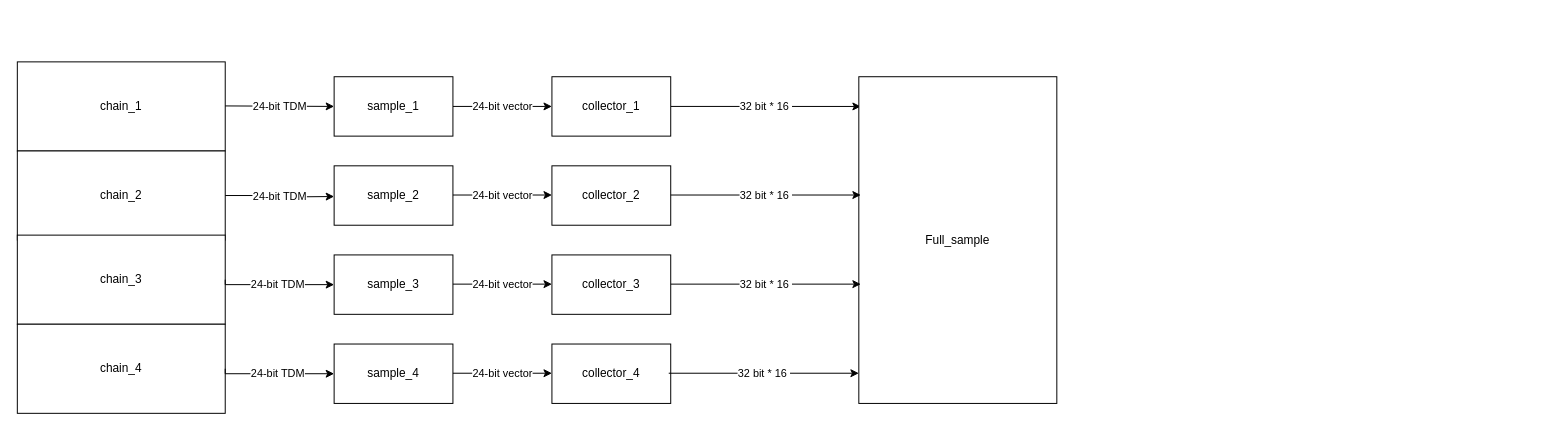
This is doc/diagrams/Namnlöst diagram.drawio from acoustic-warfare/FPGA-sampling, a draw.io file, before an edit. Source tidied: cells renumbered, new cells numbered last; positions are measured from the earlier drawing's top-left corner, leaving out a move shared by most shapes. Both pictures are drawn from the tidied source at 99%, with x=0, y=0 at pixel (17, 61).
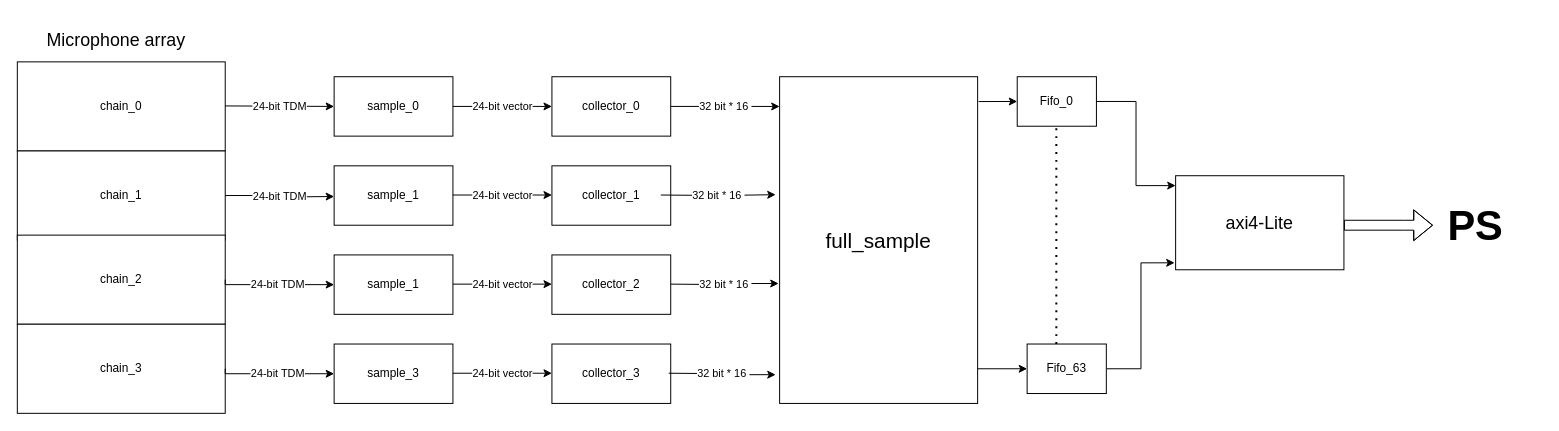
The same diagram, later.

What changed in the source:
```diff
@@
-    <mxCell id="3" value="sample_1" style="rounded=0;whiteSpace=wrap;html=1;" parent="1" vertex="1">
+    <mxCell id="3" value="sample_0" style="rounded=0;whiteSpace=wrap;html=1;" parent="1" vertex="1">
       <mxGeometry x="320" y="15" width="120" height="60" as="geometry" />
     </mxCell>
-    <mxCell id="4" value="sample_2" style="rounded=0;whiteSpace=wrap;html=1;" parent="1" vertex="1">
+    <mxCell id="4" value="sample_1" style="rounded=0;whiteSpace=wrap;html=1;" parent="1" vertex="1">
       <mxGeometry x="320" y="105" width="120" height="60" as="geometry" />
     </mxCell>
-    <mxCell id="5" value="sample_3" style="rounded=0;whiteSpace=wrap;html=1;" parent="1" vertex="1">
+    <mxCell id="5" value="sample_1" style="rounded=0;whiteSpace=wrap;html=1;" parent="1" vertex="1">
       <mxGeometry x="320" y="195" width="120" height="60" as="geometry" />
     </mxCell>
-    <mxCell id="6" value="sample_4" style="rounded=0;whiteSpace=wrap;html=1;" parent="1" vertex="1">
+    <mxCell id="6" value="sample_3" style="rounded=0;whiteSpace=wrap;html=1;" parent="1" vertex="1">
       <mxGeometry x="320" y="285" width="120" height="60" as="geometry" />
     </mxCell>
-    <mxCell id="7" value="32 bit * 16&amp;nbsp;" style="edgeStyle=orthogonalEdgeStyle;rounded=0;jettySize=auto;html=1;exitX=1;exitY=0.5;exitDx=0;exitDy=0;entryX=0.01;entryY=0.091;entryDx=0;entryDy=0;entryPerimeter=0;" parent="1" edge="1" source="8" target="15">
+    <mxCell id="7" value="32 bit * 16&amp;nbsp;" style="edgeStyle=orthogonalEdgeStyle;rounded=0;jettySize=auto;html=1;exitX=1;exitY=0.5;exitDx=0;exitDy=0;entryX=0;entryY=0.091;entryDx=0;entryDy=0;entryPerimeter=0;" parent="1" edge="1" source="8" target="15">
       <mxGeometry relative="1" as="geometry" />
     </mxCell>
-    <mxCell id="8" value="collector_1" style="rounded=0;whiteSpace=wrap;html=1;" parent="1" vertex="1">
+    <mxCell id="8" value="collector_0" style="rounded=0;whiteSpace=wrap;html=1;" parent="1" vertex="1">
       <mxGeometry x="540" y="15" width="120" height="60" as="geometry" />
     </mxCell>
-    <mxCell id="9" value="collector_2" style="rounded=0;whiteSpace=wrap;html=1;" parent="1" vertex="1">
+    <mxCell id="9" value="collector_1" style="rounded=0;whiteSpace=wrap;html=1;" parent="1" vertex="1">
       <mxGeometry x="540" y="105" width="120" height="60" as="geometry" />
     </mxCell>
-    <mxCell id="10" value="collector_3" style="rounded=0;whiteSpace=wrap;html=1;" parent="1" vertex="1">
+    <mxCell id="10" value="collector_2" style="rounded=0;whiteSpace=wrap;html=1;" parent="1" vertex="1">
       <mxGeometry x="540" y="195" width="120" height="60" as="geometry" />
     </mxCell>
-    <mxCell id="11" value="collector_4" style="rounded=0;whiteSpace=wrap;html=1;" parent="1" vertex="1">
+    <mxCell id="11" value="collector_3" style="rounded=0;whiteSpace=wrap;html=1;" parent="1" vertex="1">
       <mxGeometry x="540" y="285" width="120" height="60" as="geometry" />
     </mxCell>
@@
-    <mxCell id="15" value="Full_sample" style="rounded=0;whiteSpace=wrap;html=1;" parent="1" vertex="1">
-      <mxGeometry x="850" y="15" width="200" height="330" as="geometry" />
+    <mxCell id="15" value="&lt;font style=&quot;font-size: 21px;&quot;&gt;full_sample&lt;/font&gt;" style="rounded=0;whiteSpace=wrap;html=1;" parent="1" vertex="1">
+      <mxGeometry x="770" y="15" width="200" height="330" as="geometry" />
     </mxCell>
-    <mxCell id="16" value="32 bit * 16&amp;nbsp;" style="edgeStyle=orthogonalEdgeStyle;rounded=0;orthogonalLoop=1;jettySize=auto;html=1;exitX=1;exitY=0.5;exitDx=0;exitDy=0;entryX=0.01;entryY=0.091;entryDx=0;entryDy=0;entryPerimeter=0;" parent="1" edge="1">
+    <mxCell id="16" value="32 bit * 16&amp;nbsp;" style="edgeStyle=orthogonalEdgeStyle;rounded=0;jettySize=auto;html=1;exitX=1;exitY=0.5;exitDx=0;exitDy=0;entryX=-0.02;entryY=0.361;entryDx=0;entryDy=0;entryPerimeter=0;" parent="1" edge="1" target="15">
       <mxGeometry relative="1" as="geometry">
-        <mxPoint x="660" y="134.5" as="sourcePoint" />
-        <mxPoint x="852" y="134.5" as="targetPoint" />
+        <mxPoint x="650" y="134.5" as="sourcePoint" />
       </mxGeometry>
     </mxCell>
-    <mxCell id="17" value="32 bit * 16&amp;nbsp;" style="edgeStyle=orthogonalEdgeStyle;rounded=0;orthogonalLoop=1;jettySize=auto;html=1;exitX=1;exitY=0.5;exitDx=0;exitDy=0;entryX=0.01;entryY=0.091;entryDx=0;entryDy=0;entryPerimeter=0;" parent="1" edge="1">
+    <mxCell id="17" value="32 bit * 16&amp;nbsp;" style="edgeStyle=orthogonalEdgeStyle;rounded=0;jettySize=auto;html=1;exitX=1;exitY=0.5;exitDx=0;exitDy=0;entryX=-0.005;entryY=0.633;entryDx=0;entryDy=0;entryPerimeter=0;" parent="1" edge="1" target="15">
       <mxGeometry relative="1" as="geometry">
         <mxPoint x="660" y="224.5" as="sourcePoint" />
-        <mxPoint x="852" y="224.5" as="targetPoint" />
       </mxGeometry>
     </mxCell>
-    <mxCell id="18" value="32 bit * 16&amp;nbsp;" style="edgeStyle=orthogonalEdgeStyle;rounded=0;orthogonalLoop=1;jettySize=auto;html=1;exitX=1;exitY=0.5;exitDx=0;exitDy=0;entryX=0.01;entryY=0.091;entryDx=0;entryDy=0;entryPerimeter=0;" parent="1" edge="1">
+    <mxCell id="18" value="32 bit * 16&amp;nbsp;" style="edgeStyle=orthogonalEdgeStyle;rounded=0;jettySize=auto;html=1;exitX=1;exitY=0.5;exitDx=0;exitDy=0;entryX=-0.02;entryY=0.912;entryDx=0;entryDy=0;entryPerimeter=0;" parent="1" edge="1" target="15">
       <mxGeometry relative="1" as="geometry">
         <mxPoint x="658" y="314.5" as="sourcePoint" />
-        <mxPoint x="850" y="314.5" as="targetPoint" />
       </mxGeometry>
     </mxCell>
-    <mxCell id="19" value="chain_1" style="rounded=0;whiteSpace=wrap;html=1;" parent="1" vertex="1">
+    <mxCell id="19" value="chain_0" style="rounded=0;whiteSpace=wrap;html=1;" parent="1" vertex="1">
       <mxGeometry width="210" height="90" as="geometry" />
     </mxCell>
-    <mxCell id="20" value="chain_2" style="rounded=0;whiteSpace=wrap;html=1;" parent="1" vertex="1">
+    <mxCell id="20" value="chain_1" style="rounded=0;whiteSpace=wrap;html=1;" parent="1" vertex="1">
       <mxGeometry y="90" width="210" height="90" as="geometry" />
     </mxCell>
-    <mxCell id="21" value="chain_3" style="rounded=0;whiteSpace=wrap;html=1;" parent="1" vertex="1">
+    <mxCell id="21" value="chain_2" style="rounded=0;whiteSpace=wrap;html=1;" parent="1" vertex="1">
       <mxGeometry y="175" width="210" height="90" as="geometry" />
     </mxCell>
-    <mxCell id="22" value="chain_4" style="rounded=0;whiteSpace=wrap;html=1;" parent="1" vertex="1">
+    <mxCell id="22" value="chain_3" style="rounded=0;whiteSpace=wrap;html=1;" parent="1" vertex="1">
       <mxGeometry y="265" width="210" height="90" as="geometry" />
     </mxCell>
@@
+    <mxCell id="27" style="edgeStyle=orthogonalEdgeStyle;rounded=0;jettySize=auto;html=1;exitX=1;exitY=0.5;exitDx=0;exitDy=0;entryX=0;entryY=0.105;entryDx=0;entryDy=0;entryPerimeter=0;fontSize=18;" parent="1" edge="1" source="28" target="35">
+      <mxGeometry relative="1" as="geometry" />
+    </mxCell>
+    <mxCell id="28" value="Fifo_0" style="rounded=0;whiteSpace=wrap;html=1;" parent="1" vertex="1">
+      <mxGeometry x="1010" y="15" width="80" height="50" as="geometry" />
+    </mxCell>
+    <mxCell id="29" value="&lt;font style=&quot;font-size: 18px;&quot;&gt;Microphone array&lt;/font&gt;" style="text;html=1;strokeColor=none;fillColor=none;align=center;verticalAlign=middle;whiteSpace=wrap;rounded=0;" parent="1" vertex="1">
+      <mxGeometry x="10" y="-45" width="180" height="45" as="geometry" />
+    </mxCell>
+    <mxCell id="30" style="endArrow=none;dashed=1;html=1;dashPattern=1 3;strokeWidth=2;rounded=0;fontSize=18;" parent="1" edge="1">
+      <mxGeometry relative="1" as="geometry">
+        <mxPoint x="1049.5" y="285" as="sourcePoint" />
+        <mxPoint x="1049.5" y="65" as="targetPoint" />
+      </mxGeometry>
+    </mxCell>
+    <mxCell id="31" style="edgeStyle=orthogonalEdgeStyle;rounded=0;jettySize=auto;html=1;exitX=1;exitY=0.5;exitDx=0;exitDy=0;entryX=-0.006;entryY=0.926;entryDx=0;entryDy=0;entryPerimeter=0;fontSize=18;" parent="1" edge="1" source="32" target="35">
+      <mxGeometry relative="1" as="geometry" />
+    </mxCell>
+    <mxCell id="32" value="Fifo_63" style="rounded=0;whiteSpace=wrap;html=1;" parent="1" vertex="1">
+      <mxGeometry x="1020" y="285" width="80" height="50" as="geometry" />
+    </mxCell>
+    <mxCell id="33" style="endArrow=classic;html=1;rounded=0;fontSize=18;exitX=1.005;exitY=0.076;exitDx=0;exitDy=0;exitPerimeter=0;entryX=0;entryY=0.5;entryDx=0;entryDy=0;" parent="1" edge="1" source="15" target="28">
+      <mxGeometry relative="1" as="geometry" />
+    </mxCell>
+    <mxCell id="34" style="endArrow=classic;html=1;rounded=0;fontSize=18;entryX=0;entryY=0.5;entryDx=0;entryDy=0;" parent="1" edge="1" target="32">
+      <mxGeometry relative="1" as="geometry">
+        <mxPoint x="970" y="310" as="sourcePoint" />
+      </mxGeometry>
+    </mxCell>
+    <mxCell id="35" value="axi4-Lite" style="rounded=0;whiteSpace=wrap;html=1;fontSize=18;" parent="1" vertex="1">
+      <mxGeometry x="1170" y="115" width="170" height="95" as="geometry" />
+    </mxCell>
+    <mxCell id="36" style="shape=flexArrow;endArrow=classic;html=1;rounded=0;fontSize=21;" parent="1" edge="1">
+      <mxGeometry relative="1" as="geometry">
+        <mxPoint x="1340" y="165" as="sourcePoint" />
+        <mxPoint x="1430" y="165" as="targetPoint" />
+        <Array as="points">
+          <mxPoint x="1400" y="165" />
+        </Array>
+      </mxGeometry>
+    </mxCell>
+    <mxCell id="37" value="&lt;h1&gt;PS&lt;/h1&gt;" style="text;html=1;strokeColor=none;fillColor=none;spacing=5;spacingTop=-20;whiteSpace=wrap;overflow=hidden;rounded=0;fontSize=21;" parent="1" vertex="1">
+      <mxGeometry x="1440" y="122.5" width="100" height="72.5" as="geometry" />
+    </mxCell>
```
